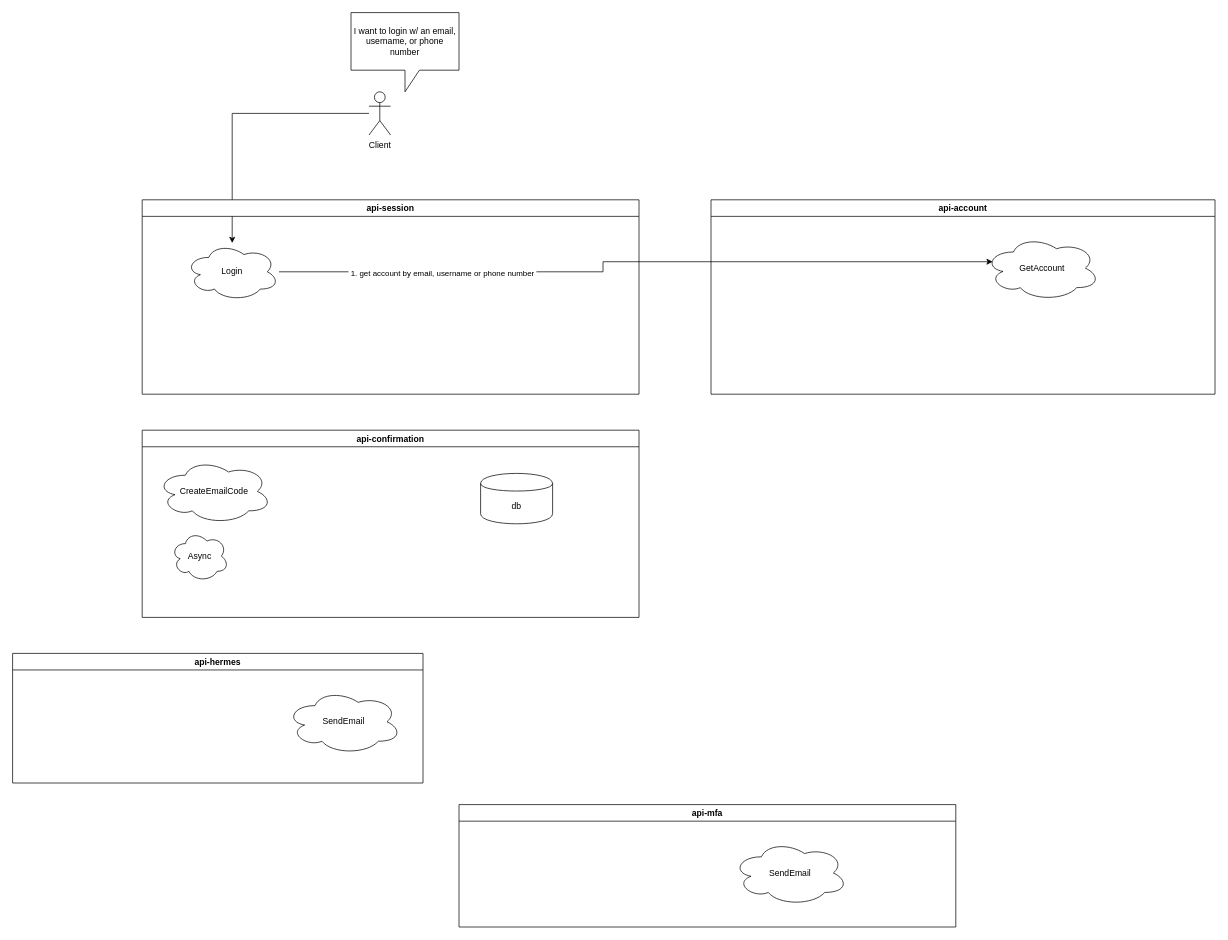
The draw.io diagram page "login" (3 of 3) of architecture.drawio in AlpacaLabs/protorepo, before the edit. Source tidied: cells renumbered, new cells numbered last; positions are measured from the earlier drawing's top-left corner, leaving out a move shared by most shapes. Both pictures are drawn from the tidied source at 72%, with x=0, y=0 at pixel (12, 12).
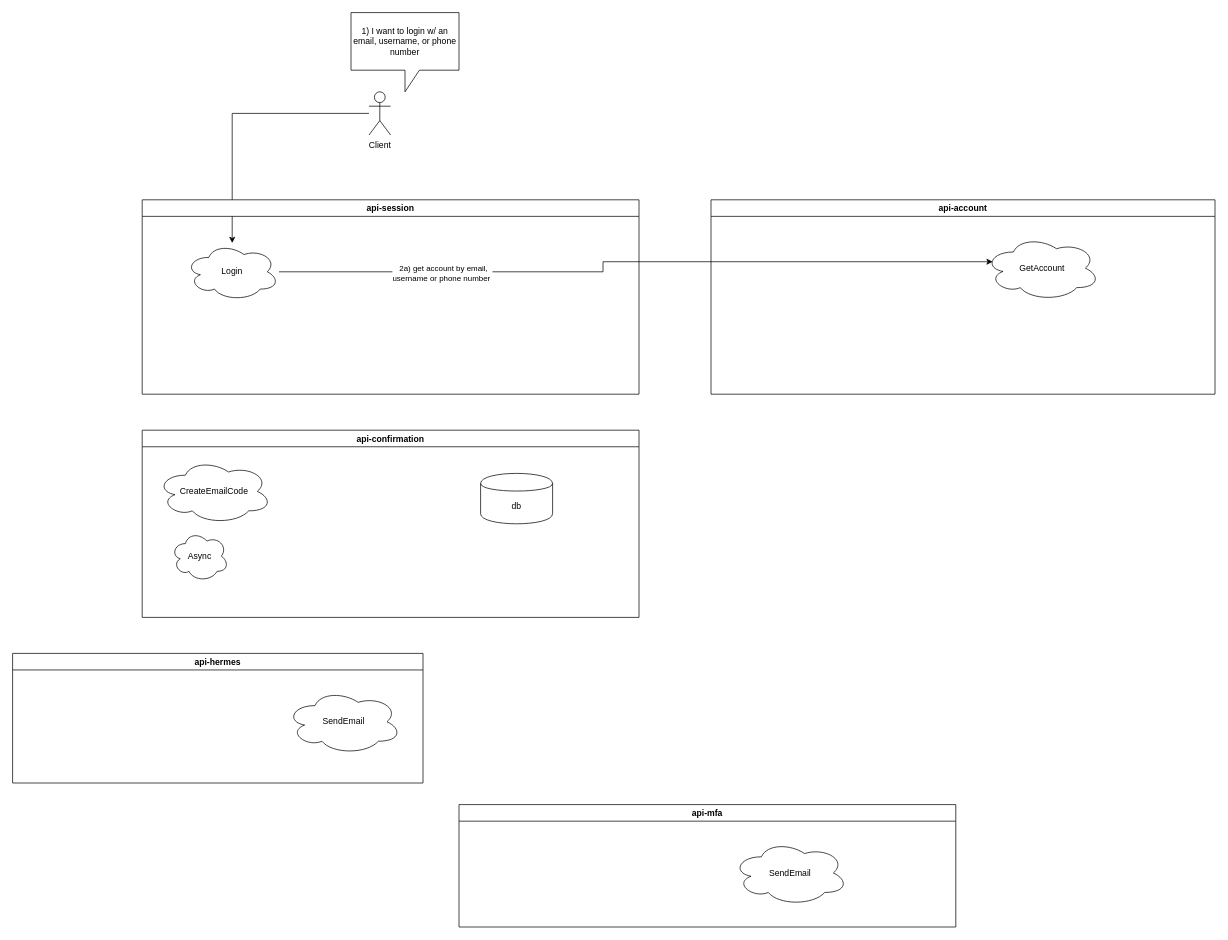
Above is the later version.

Unchanged cells that the change refers to:
```xml
<mxCell id="17" style="edgeStyle=orthogonalEdgeStyle;rounded=0;jettySize=auto;html=1;entryX=0.07;entryY=0.4;entryDx=0;entryDy=0;entryPerimeter=0;" parent="1" edge="1" source="9" target="16">
  <mxGeometry relative="1" as="geometry">
    <Array as="points">
      <mxPoint x="820" y="360" />
      <mxPoint x="820" y="346" />
    </Array>
  </mxGeometry>
</mxCell>
```

What changed in the source:
```diff
@@
-    <mxCell id="10" value="I want to login w/ an email, username, or phone number" style="shape=callout;whiteSpace=wrap;html=1;perimeter=calloutPerimeter;rounded=0;" parent="1" vertex="1">
+    <mxCell id="10" value="1) I want to login w/ an email, username, or phone number" style="shape=callout;whiteSpace=wrap;html=1;perimeter=calloutPerimeter;rounded=0;" parent="1" vertex="1">
       <mxGeometry x="470" width="150" height="110" as="geometry" />
     </mxCell>
@@
-    <mxCell id="18" value="&amp;nbsp;1. get account by email, username or phone number&amp;nbsp;" style="edgeLabel;html=1;align=center;verticalAlign=middle;" parent="17" vertex="1">
+    <mxCell id="18" value="&amp;nbsp;2a) get account by email, &lt;br&gt;username or phone number&amp;nbsp;" style="edgeLabel;html=1;align=center;verticalAlign=middle;" parent="17" vertex="1">
       <mxGeometry x="-0.55" y="-1" relative="1" as="geometry" />
     </mxCell>
```
